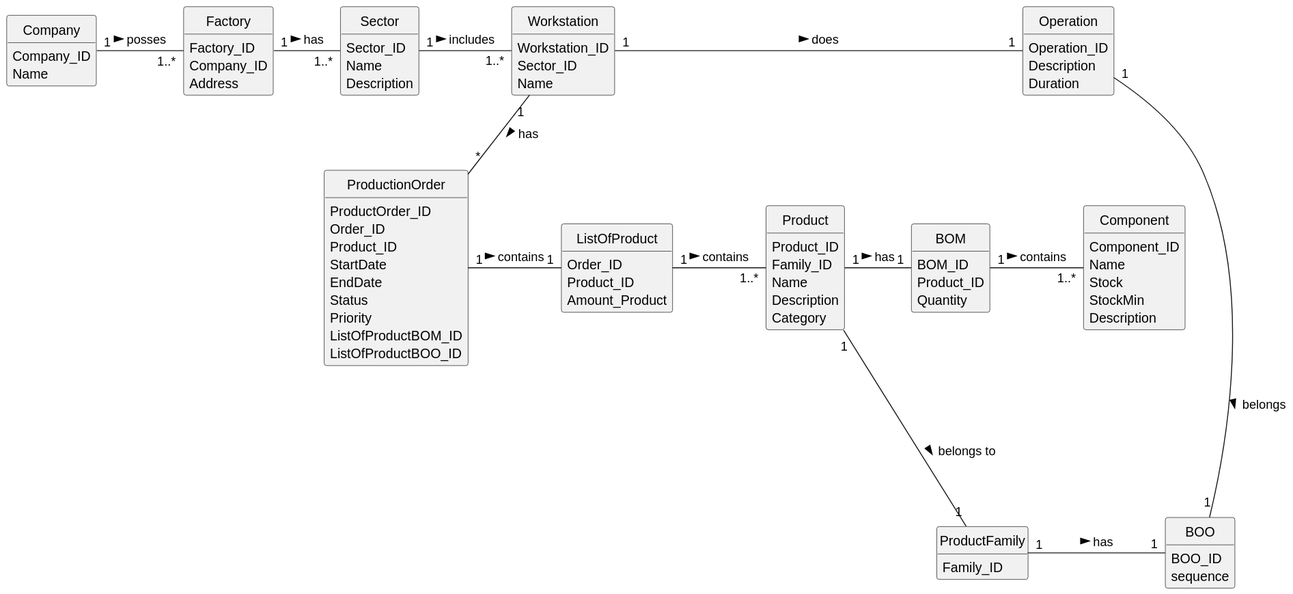
JorgeUbaldoR/sem3-25-pi-2024_25-G131 keeps this PlantUML diagram as documentation/sprint2/global-artifacts/02.analysis/svg/project-domain-model.svg. Above is the earlier version.
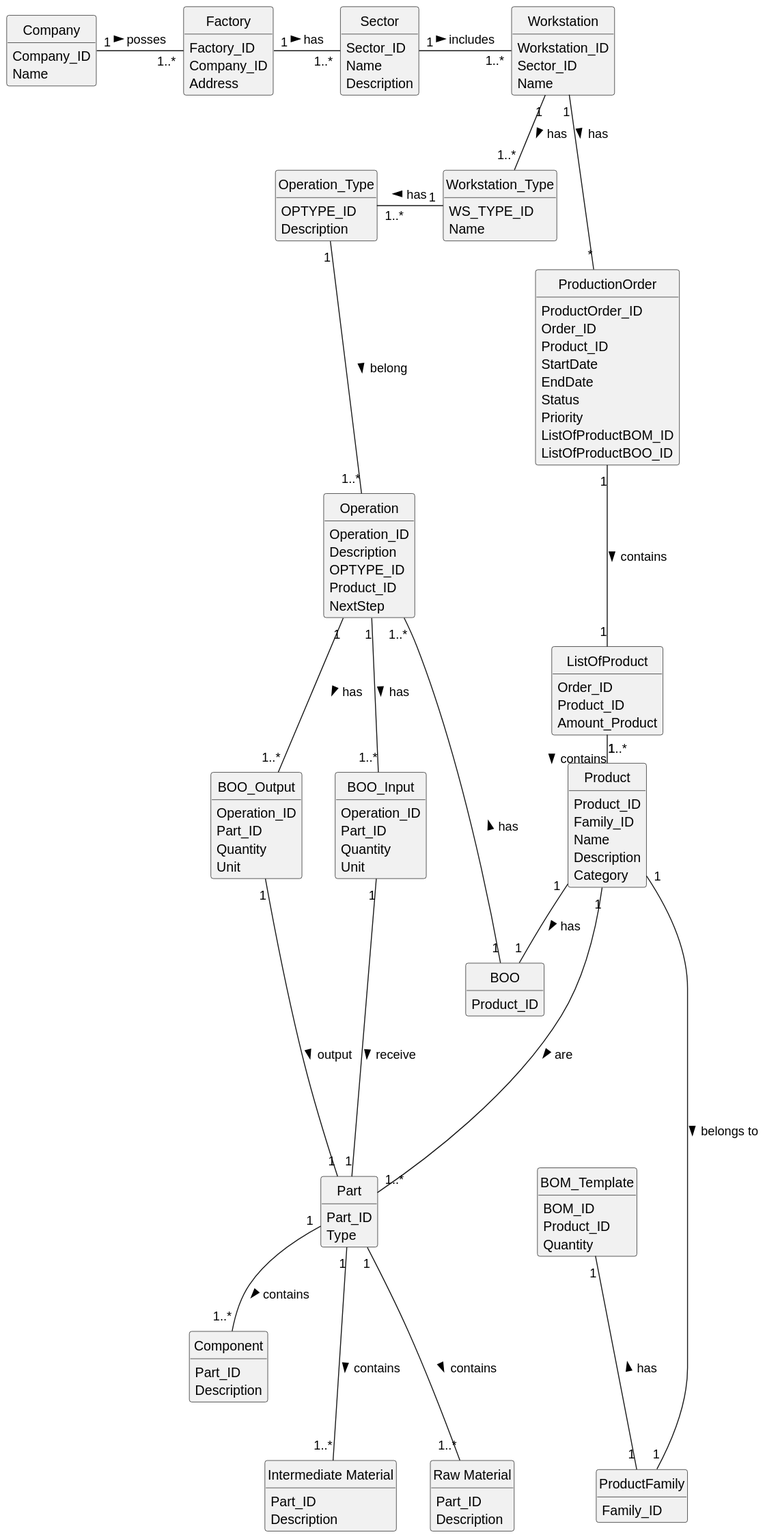
The same file after the commit.

Commit message:
Analises Domain Model Update

The edit, as a diff of the source:
```diff
@@ -36,24 +36,38 @@
     Family_ID
 }
 
-class BOM {
-    BOM_ID
+class Part {
+    Part_ID
+    Type
+}
+
+class "Intermediate Material" {
+    Part_ID
+    Description
+}
+
+class "Raw Material" {
+    Part_ID
+    Description
+}
+
+class Component {
+    Part_ID
+    Description
+}
+
+
+class BOM_Template {
+   BOM_ID
     Product_ID
     Quantity
 }
-
-class Component {
-    Component_ID
-    Name
-    Stock
-    StockMin
-    Description
-}
-
 class Operation {
     Operation_ID
     Description
-    Duration
+    OPTYPE_ID
+    Product_ID
+    NextStep
 }
 
 class Workstation {
@@ -69,8 +83,7 @@
 }
 
 class BOO {
-    BOO_ID
-    sequence
+    Product_ID
 }
 
 class Company {
@@ -78,22 +91,61 @@
     Name
 }
 
-Class Factory {
+class Factory {
     Factory_ID
     Company_ID
     Address
 }
 
+class BOO_Input{
+    Operation_ID
+    Part_ID
+    Quantity
+    Unit
+}
+
+class BOO_Output{
+    Operation_ID
+    Part_ID
+    Quantity
+    Unit
+}
+
+class Operation_Type{
+    OPTYPE_ID
+    Description
+}
+
+class Workstation_Type{
+    WS_TYPE_ID
+    Name
+}
+
 Company "1" - "1..*" Factory : posses >
 Factory "1" - "1..*" Sector: has >
 Sector "1" - "1..*" Workstation: includes >
-Workstation "1" - "1" Operation: does >
-Operation "1" ---- "1" BOO: belongs >
-ProductFamily "1" - "1" BOO: has >
-Product "1" --- "1" ProductFamily : belongs to >
-Product "1" - "1" BOM : has >
+Product "1" -- "1" BOO: has >
+Product "1" ------ "1" ProductFamily : belongs to >
+Product "1" -- "1..*" Part : are >
+
 ListOfProduct "1" - "1..*" Product : contains >
 ProductionOrder "1" - "1" ListOfProduct : contains >
 Workstation "1" -- "*" ProductionOrder: has >
-BOM "1" - "1..*" Component : contains >
+
+Workstation "1" -- "1..*" Workstation_Type: has >
+Workstation_Type "1" - "1..*" Operation_Type: has >
+Operation_Type "1" -- "1..*" Operation: belong >
+
+Part "1" -- "1..*" Component : contains >
+Part "1" --- "1..*" "Raw Material" : contains >
+Part "1" --- "1..*" "Intermediate Material" : contains >
+
+Operation "1..*" --- "1" BOO: has <
+Operation "1" -- "1..*" BOO_Input: has >
+Operation "1" -- "1..*" BOO_Output: has >
+
+BOO_Input "1" ---- "1" Part: receive >
+BOO_Output "1" ---- "1" Part: output >
+
+BOM_Template "1" --- "1" ProductFamily : has <
 @enduml
```
